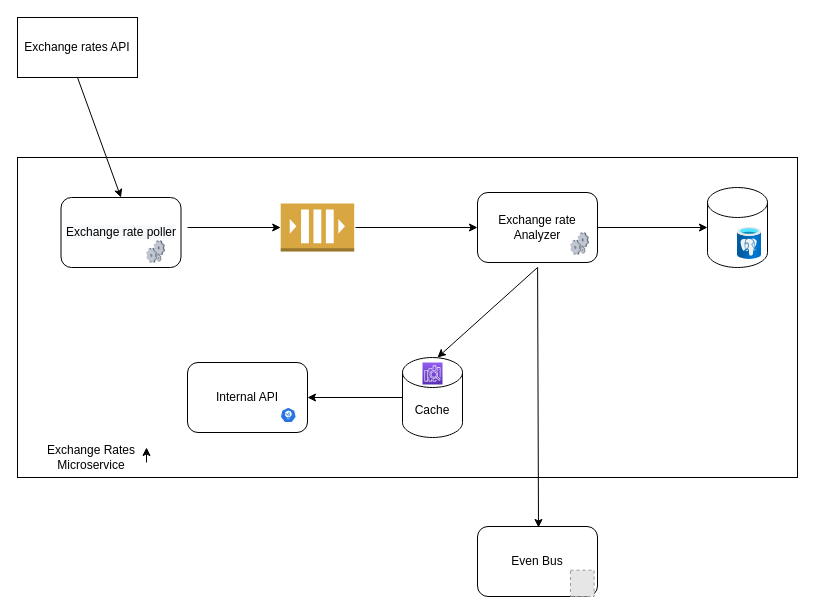
Above: ExchnageRateChecker.drawio in nishans32/ExchangeRates (draw.io), before the change. Source tidied: cells renumbered, new cells numbered last; positions are measured from the earlier drawing's top-left corner, leaving out a move shared by most shapes. Both pictures are drawn from the tidied source at 100%, with x=0, y=0 at pixel (17, 17). Pictures stored in the file or linked from it are replaced by grey dashed boxes.
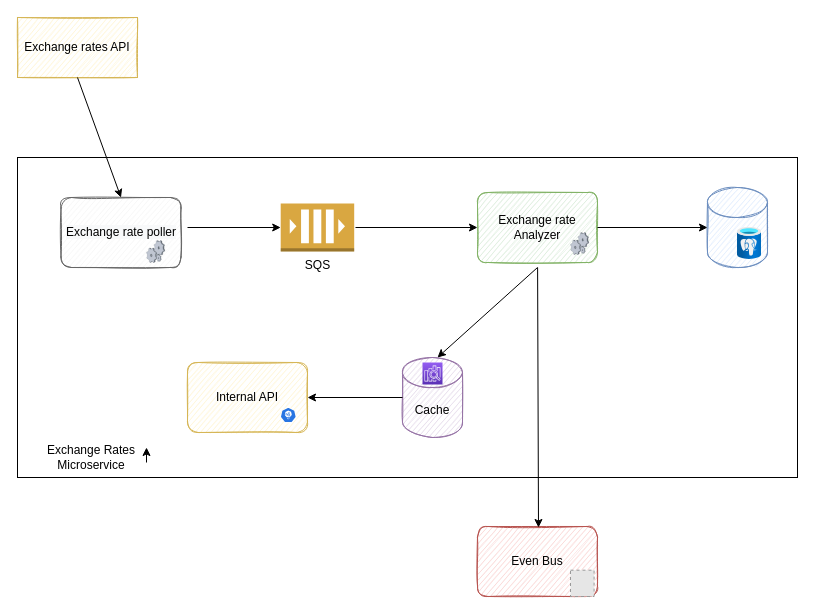
After the change.

Change to the diagram source:
```diff
@@
-    <mxCell id="3" value="Even Bus" style="rounded=1;whiteSpace=wrap;html=1;" parent="1" vertex="1">
+    <mxCell id="3" value="Even Bus" style="rounded=1;whiteSpace=wrap;html=1;fillColor=#f8cecc;strokeColor=#b85450;sketch=1;" parent="1" vertex="1">
       <mxGeometry x="460" y="509" width="120" height="70" as="geometry" />
     </mxCell>
-    <mxCell id="4" value="Internal API" style="rounded=1;whiteSpace=wrap;html=1;" parent="1" vertex="1">
+    <mxCell id="4" value="Internal API" style="rounded=1;whiteSpace=wrap;html=1;fillColor=#fff2cc;strokeColor=#d6b656;sketch=1;" parent="1" vertex="1">
       <mxGeometry x="170" y="345" width="120" height="70" as="geometry" />
     </mxCell>
-    <mxCell id="5" value="Exchange rate Analyzer" style="rounded=1;whiteSpace=wrap;html=1;" parent="1" vertex="1">
+    <mxCell id="5" value="Exchange rate Analyzer" style="rounded=1;whiteSpace=wrap;html=1;fillColor=#d5e8d4;strokeColor=#82b366;sketch=1;" parent="1" vertex="1">
       <mxGeometry x="460" y="175" width="120" height="70" as="geometry" />
     </mxCell>
-    <mxCell id="6" value="&#10;&#10;&lt;span style=&quot;color: rgb(0, 0, 0); font-family: helvetica; font-size: 12px; font-style: normal; font-weight: 400; letter-spacing: normal; text-align: center; text-indent: 0px; text-transform: none; word-spacing: 0px; background-color: rgb(248, 249, 250); display: inline; float: none;&quot;&gt;Exchange rate poller&lt;/span&gt;&#10;&#10;" style="rounded=1;whiteSpace=wrap;html=1;" parent="1" vertex="1">
+    <mxCell id="6" value="&#10;&#10;&lt;span style=&quot;color: rgb(0, 0, 0); font-family: helvetica; font-size: 12px; font-style: normal; font-weight: 400; letter-spacing: normal; text-align: center; text-indent: 0px; text-transform: none; word-spacing: 0px; background-color: rgb(248, 249, 250); display: inline; float: none;&quot;&gt;Exchange rate poller&lt;/span&gt;&#10;&#10;" style="rounded=1;whiteSpace=wrap;html=1;fillColor=#f5f5f5;strokeColor=#666666;fontColor=#333333;sketch=1;" parent="1" vertex="1">
       <mxGeometry x="43.5" y="180" width="120" height="70" as="geometry" />
     </mxCell>
-    <mxCell id="7" value="Cache" style="shape=cylinder3;whiteSpace=wrap;html=1;boundedLbl=1;backgroundOutline=1;size=15;" parent="1" vertex="1">
+    <mxCell id="7" value="Cache" style="shape=cylinder3;whiteSpace=wrap;html=1;boundedLbl=1;backgroundOutline=1;size=15;fillColor=#e1d5e7;strokeColor=#9673a6;sketch=1;" parent="1" vertex="1">
       <mxGeometry x="385" y="340" width="60" height="80" as="geometry" />
     </mxCell>
-    <mxCell id="8" value="Exchange rates API" style="rounded=0;whiteSpace=wrap;html=1;" parent="1" vertex="1">
+    <mxCell id="8" value="Exchange rates API" style="rounded=0;whiteSpace=wrap;html=1;fillColor=#fff2cc;strokeColor=#d6b656;sketch=1;" parent="1" vertex="1">
       <mxGeometry width="120" height="60" as="geometry" />
     </mxCell>
@@
-    <mxCell id="10" style="shape=cylinder3;whiteSpace=wrap;html=1;boundedLbl=1;backgroundOutline=1;size=15;" parent="1" vertex="1">
+    <mxCell id="10" style="shape=cylinder3;whiteSpace=wrap;html=1;boundedLbl=1;backgroundOutline=1;size=15;fillColor=#dae8fc;strokeColor=#6c8ebf;sketch=1;" parent="1" vertex="1">
       <mxGeometry x="690" y="170" width="60" height="80" as="geometry" />
     </mxCell>
-    <mxCell id="11" style="outlineConnect=0;dashed=0;verticalLabelPosition=bottom;verticalAlign=top;align=center;html=1;shape=mxgraph.aws3.queue;fillColor=#D9A741;gradientColor=none;" parent="1" vertex="1">
+    <mxCell id="11" value="SQS&lt;br&gt;" style="outlineConnect=0;dashed=0;verticalLabelPosition=bottom;verticalAlign=top;align=center;html=1;shape=mxgraph.aws3.queue;fillColor=#D9A741;gradientColor=none;" parent="1" vertex="1">
       <mxGeometry x="263.2" y="186" width="73.5" height="48" as="geometry" />
     </mxCell>
```
